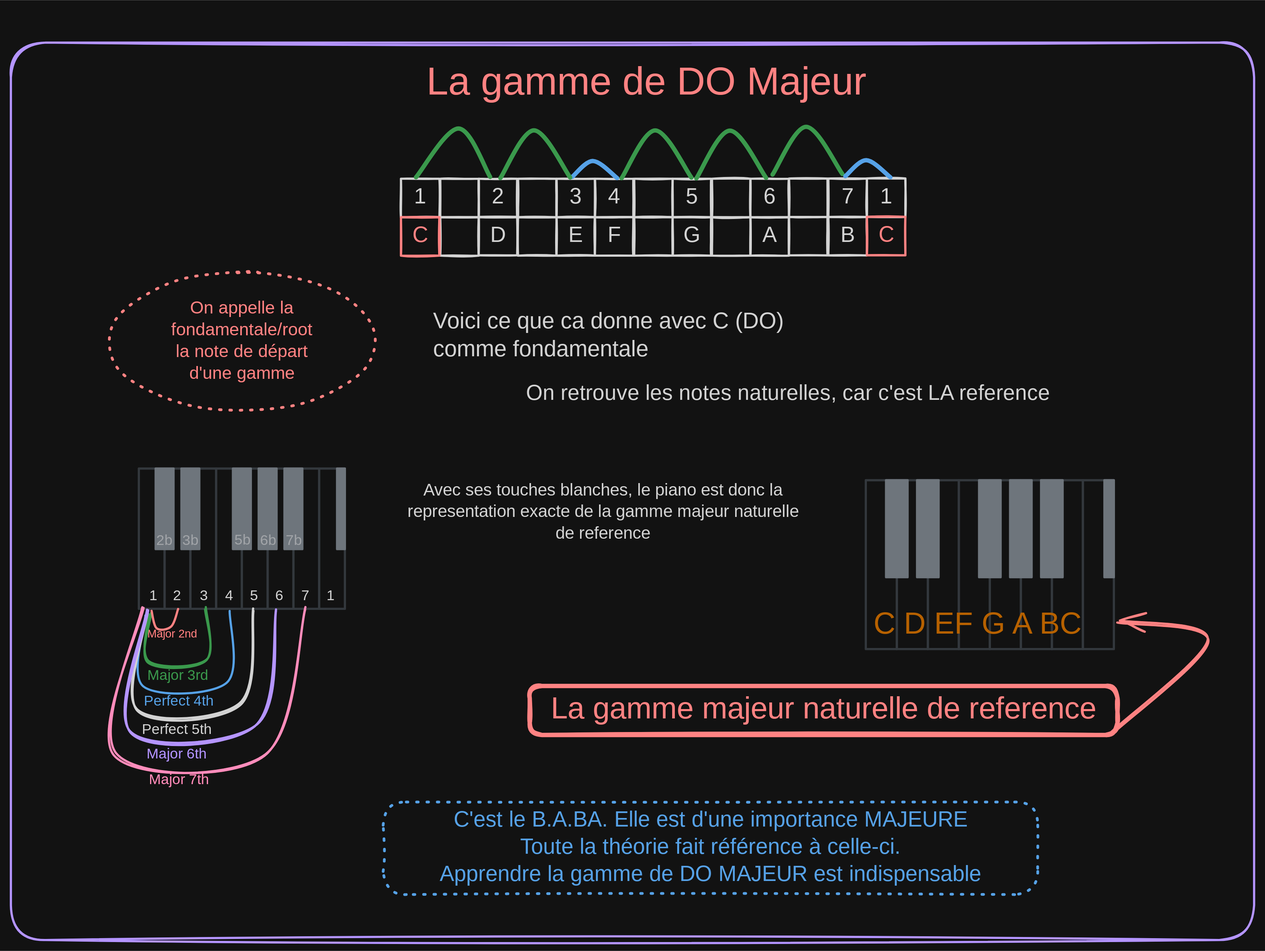
Sydekends/Guitarisation keeps this Excalidraw diagram as part1/major_scale/1.1.scales.excalidraw.svg. Above is the earlier version. Source tidied: one line per element, renumbered; positions are measured from the earlier drawing's top-left corner, leaving out a move shared by most shapes.
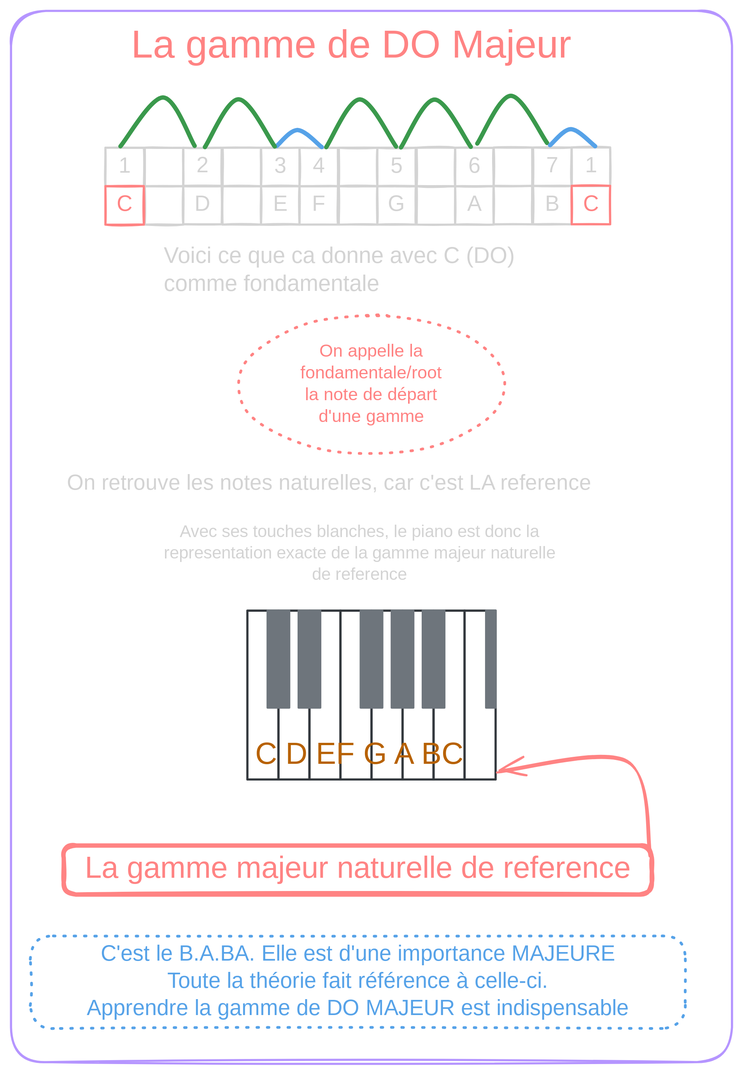
The same file after the commit.

The edit, as a diff of the source:
```diff
@@ -1,54 +1,15 @@
-{"id": 0, "type": "rectangle", "strokeColor": "#6741d9", "strokeWidth": 2, "roughness": 1, "round": true, "x": 0, "y": 29, "width": 1142, "height": 824}
+{"id": 0, "type": "rectangle", "strokeColor": "#6741d9", "strokeWidth": 2, "roughness": 1, "round": true, "x": 272, "y": 28, "width": 662, "height": 965}
-{"id": 1, "type": "text", "text": "Voici ce que ca donne avec C (DO)\ncomme fondamentale", "strokeColor": "#1e1e1e", "backgroundColor": "#1e1e1e", "fillStyle": "solid", "strokeWidth": 1, "roughness": 0, "fontSize": 20.59, "fontFamily": 5, "x": 388, "y": 273, "width": 356, "height": 51}
+{"id": 1, "type": "text", "text": "Voici ce que ca donne avec C (DO)\ncomme fondamentale", "strokeColor": "#1e1e1e", "backgroundColor": "#1e1e1e", "fillStyle": "solid", "strokeWidth": 1, "roughness": 0, "fontSize": 20.59, "fontFamily": 5, "x": 412, "y": 242, "width": 356, "height": 51}
-{"id": 2, "type": "text", "text": "On retrouve les notes naturelles, car c'est LA reference", "strokeColor": "#1e1e1e", "backgroundColor": "#1e1e1e", "fillStyle": "solid", "strokeWidth": 1, "roughness": 0, "fontSize": 19.81, "fontFamily": 5, "x": 473, "y": 340, "width": 537, "height": 25}
+{"id": 2, "type": "text", "text": "On retrouve les notes naturelles, car c'est LA reference", "strokeColor": "#1e1e1e", "backgroundColor": "#1e1e1e", "fillStyle": "solid", "strokeWidth": 1, "roughness": 0, "fontSize": 19.81, "fontFamily": 5, "x": 323, "y": 450, "width": 537, "height": 25}
-{"id": 3, "type": "rectangle", "strokeColor": "#ced4da", "strokeWidth": 2, "roughness": 0, "x": 118, "y": 420, "width": 24, "height": 129}
-{"id": 4, "type": "rectangle", "strokeColor": "#ced4da", "strokeWidth": 2, "roughness": 0, "x": 141, "y": 420, "width": 24, "height": 129}
-{"id": 5, "type": "rectangle", "strokeColor": "#ced4da", "strokeWidth": 2, "roughness": 0, "x": 165, "y": 420, "width": 24, "height": 129}
-{"id": 6, "type": "rectangle", "strokeColor": "#ced4da", "strokeWidth": 2, "roughness": 0, "x": 189, "y": 420, "width": 24, "height": 129}
-{"id": 7, "type": "rectangle", "strokeColor": "#ced4da", "strokeWidth": 2, "roughness": 0, "x": 212, "y": 420, "width": 24, "height": 129}
-{"id": 8, "type": "rectangle", "strokeColor": "#ced4da", "strokeWidth": 2, "roughness": 0, "x": 236, "y": 420, "width": 24, "height": 129}
-{"id": 9, "type": "rectangle", "strokeColor": "#ced4da", "strokeWidth": 2, "roughness": 0, "x": 260, "y": 420, "width": 24, "height": 129}
-{"id": 10, "type": "rectangle", "strokeColor": "#ced4da", "strokeWidth": 2, "roughness": 0, "x": 283, "y": 420, "width": 24, "height": 129}
-{"id": 11, "type": "rectangle", "strokeColor": "#868e96", "backgroundColor": "#868e96", "fillStyle": "solid", "strokeWidth": 2, "roughness": 0, "x": 133, "y": 420, "width": 16, "height": 74}
-{"id": 12, "type": "rectangle", "strokeColor": "#868e96", "backgroundColor": "#868e96", "fillStyle": "solid", "strokeWidth": 2, "roughness": 0, "x": 300, "y": 420, "width": 7, "height": 74}
-{"id": 13, "type": "rectangle", "strokeColor": "#868e96", "backgroundColor": "#868e96", "fillStyle": "solid", "strokeWidth": 2, "roughness": 0, "x": 157, "y": 420, "width": 16, "height": 74}
-{"id": 14, "type": "rectangle", "strokeColor": "#868e96", "backgroundColor": "#868e96", "fillStyle": "solid", "strokeWidth": 2, "roughness": 0, "x": 204, "y": 420, "width": 16, "height": 74}
-{"id": 15, "type": "rectangle", "strokeColor": "#868e96", "backgroundColor": "#868e96", "fillStyle": "solid", "strokeWidth": 2, "roughness": 0, "x": 228, "y": 420, "width": 16, "height": 74}
-{"id": 16, "type": "rectangle", "strokeColor": "#868e96", "backgroundColor": "#868e96", "fillStyle": "solid", "strokeWidth": 2, "roughness": 0, "x": 251, "y": 420, "width": 16, "height": 74}
-{"id": 17, "type": "text", "text": "2", "strokeColor": "#1e1e1e", "strokeWidth": 2, "roughness": 1, "fontSize": 13.29, "fontFamily": 5, "x": 149, "y": 529, "width": 9, "height": 17}
-{"id": 18, "type": "text", "text": "3", "strokeColor": "#1e1e1e", "strokeWidth": 2, "roughness": 1, "fontSize": 13.29, "fontFamily": 5, "x": 174, "y": 529, "width": 8, "height": 17}
-{"id": 19, "type": "text", "text": "4", "strokeColor": "#1e1e1e", "strokeWidth": 2, "roughness": 1, "fontSize": 13.29, "fontFamily": 5, "x": 197, "y": 529, "width": 8, "height": 17}
-{"id": 20, "type": "text", "text": "5", "strokeColor": "#1e1e1e", "strokeWidth": 2, "roughness": 1, "fontSize": 13.29, "fontFamily": 5, "x": 220, "y": 529, "width": 8, "height": 17}
-{"id": 21, "type": "text", "text": "6", "strokeColor": "#1e1e1e", "strokeWidth": 2, "roughness": 1, "fontSize": 13.29, "fontFamily": 5, "x": 243, "y": 529, "width": 9, "height": 17}
-{"id": 22, "type": "text", "text": "7", "strokeColor": "#1e1e1e", "strokeWidth": 2, "roughness": 1, "fontSize": 13.29, "fontFamily": 5, "x": 267, "y": 529, "width": 7, "height": 17}
-{"id": 23, "type": "text", "text": "1", "strokeColor": "#1e1e1e", "strokeWidth": 2, "roughness": 1, "fontSize": 13.29, "fontFamily": 5, "x": 127, "y": 529, "width": 6, "height": 17}
-{"id": 24, "type": "text", "text": "1", "strokeColor": "#1e1e1e", "strokeWidth": 2, "roughness": 1, "fontSize": 13.29, "fontFamily": 5, "x": 290, "y": 529, "width": 6, "height": 17}
-{"id": 25, "type": "text", "text": "2b", "strokeColor": "#1e1e1e", "strokeWidth": 2, "roughness": 1, "opacity": 50, "fontSize": 13.29, "fontFamily": 5, "x": 134, "y": 479, "width": 17, "height": 17}
-{"id": 26, "type": "text", "text": "3b", "strokeColor": "#1e1e1e", "strokeWidth": 2, "roughness": 1, "opacity": 50, "fontSize": 13.29, "fontFamily": 5, "x": 158, "y": 479, "width": 15, "height": 17}
-{"id": 27, "type": "text", "text": "5b", "strokeColor": "#1e1e1e", "strokeWidth": 2, "roughness": 1, "opacity": 50, "fontSize": 13.29, "fontFamily": 5, "x": 205, "y": 478, "width": 16, "height": 17}
-{"id": 28, "type": "text", "text": "6b", "strokeColor": "#1e1e1e", "strokeWidth": 2, "roughness": 1, "opacity": 50, "fontSize": 13.29, "fontFamily": 5, "x": 229, "y": 479, "width": 16, "height": 17}
-{"id": 29, "type": "text", "text": "7b", "strokeColor": "#1e1e1e", "strokeWidth": 2, "roughness": 1, "opacity": 50, "fontSize": 13.29, "fontFamily": 5, "x": 252, "y": 479, "width": 15, "height": 17}
-{"id": 30, "type": "text", "text": "Major 2nd", "strokeColor": "#e03131", "backgroundColor": "#ffec99", "fillStyle": "solid", "strokeWidth": 2, "roughness": 1, "fontSize": 10.28, "fontFamily": 5, "x": 125, "y": 566, "width": 50, "height": 13}
-{"id": 31, "type": "text", "text": "Major 3rd", "strokeColor": "#2f9e44", "backgroundColor": "#ffec99", "fillStyle": "solid", "strokeWidth": 2, "roughness": 1, "fontSize": 13.29, "fontFamily": 5, "x": 125, "y": 603, "width": 63, "height": 17}
-{"id": 32, "type": "text", "text": "Perfect 4th", "strokeColor": "#1971c2", "backgroundColor": "#ffec99", "fillStyle": "solid", "strokeWidth": 2, "roughness": 1, "fontSize": 13.29, "fontFamily": 5, "x": 122, "y": 626, "width": 78, "height": 17}
-{"id": 33, "type": "text", "text": "Perfect 5th", "strokeColor": "#1e1e1e", "backgroundColor": "#ffec99", "fillStyle": "solid", "strokeWidth": 2, "roughness": 1, "fontSize": 13.29, "fontFamily": 5, "x": 120, "y": 652, "width": 78, "height": 17}
-{"id": 34, "type": "text", "text": "Major 6th", "strokeColor": "#6741d9", "backgroundColor": "#ffec99", "fillStyle": "solid", "strokeWidth": 2, "roughness": 1, "fontSize": 13.29, "fontFamily": 5, "x": 125, "y": 675, "width": 64, "height": 17}
-{"id": 35, "type": "text", "text": "Major 7th", "strokeColor": "#c2255c", "backgroundColor": "#ffec99", "fillStyle": "solid", "strokeWidth": 2, "roughness": 1, "fontSize": 13.29, "fontFamily": 5, "x": 127, "y": 698, "width": 63, "height": 17}
-{"id": 36, "type": "line", "strokeColor": "#2f9e44", "strokeWidth": 2, "roughness": 1, "round": true, "x": 127, "y": 554, "width": 53, "height": 49, "points": [[0, 0], [0, 43], [52, 42], [51, -6]]}
-{"id": 37, "type": "line", "strokeColor": "#1971c2", "strokeWidth": 2, "roughness": 0, "round": true, "x": 124, "y": 555, "width": 79, "height": 69, "points": [[0, 0], [-2, 65], [75, 62], [77, -4]]}
-{"id": 38, "type": "line", "strokeColor": "#1e1e1e", "strokeWidth": 2, "roughness": 1, "round": true, "x": 126, "y": 551, "width": 108, "height": 92, "points": [[0, 0], [-10, 91], [84, 86], [98, -1]]}
-{"id": 39, "type": "line", "strokeColor": "#6741d9", "strokeWidth": 2, "roughness": 1, "round": true, "x": 125, "y": 550, "width": 134, "height": 113, "points": [[0, 0], [-16, 113], [100, 106], [119, 0]]}
-{"id": 40, "type": "line", "strokeColor": "#c2255c", "strokeWidth": 2, "roughness": 1, "round": true, "x": 121, "y": 547, "width": 175, "height": 135, "points": [[0, 0], [-26, 135], [113, 135], [149, 2]]}
-{"id": 41, "type": "line", "strokeColor": "#e03131", "strokeWidth": 2, "roughness": 0, "round": true, "x": 129, "y": 551, "width": 24, "height": 18, "points": [[0, 0], [5, 16], [18, 14], [24, -2]]}
-{"id": 42, "type": "text", "text": "Avec ses touches blanches, le piano est donc la\nrepresentation exacte de la gamme majeur naturelle\nde reference", "strokeColor": "#1e1e1e", "strokeWidth": 2, "roughness": 1, "fontSize": 15.85, "fontFamily": 5, "textAlign": "center", "x": 347, "y": 431, "width": 395, "height": 59}
+{"id": 42, "type": "text", "text": "Avec ses touches blanches, le piano est donc la\nrepresentation exacte de la gamme majeur naturelle\nde reference", "strokeColor": "#1e1e1e", "strokeWidth": 2, "roughness": 1, "fontSize": 15.85, "fontFamily": 5, "textAlign": "center", "x": 394, "y": 497, "width": 395, "height": 59}
-{"id": 43, "type": "text", "text": "\nLa gamme de DO Majeur", "strokeColor": "#e03131", "strokeWidth": 2, "roughness": 1, "fontSize": 36, "fontFamily": 5, "x": 382, "y": 0, "width": 416, "height": 90}
+{"id": 43, "type": "text", "text": "La gamme de DO Majeur", "strokeColor": "#e03131", "strokeWidth": 2, "roughness": 1, "fontSize": 36, "fontFamily": 5, "x": 382, "y": 39, "width": 416, "height": 45}
-{"id": 44, "type": "rectangle", "strokeColor": "#1971c2", "strokeWidth": 2, "strokeStyle": "dotted", "roughness": 1, "round": true, "x": 342, "y": 726, "width": 601, "height": 85}
+{"id": 44, "type": "rectangle", "strokeColor": "#1971c2", "strokeWidth": 2, "strokeStyle": "dotted", "roughness": 1, "round": true, "x": 289, "y": 878, "width": 601, "height": 85}
-{"id": 45, "type": "text", "text": "C'est le B.A.BA. Elle est d'une importance MAJEURE\nToute la théorie fait référence à celle-ci.\nApprendre la gamme de DO MAJEUR est indispensable", "strokeColor": "#1971c2", "strokeWidth": 2, "strokeStyle": "dotted", "roughness": 1, "fontSize": 20, "fontFamily": 5, "textAlign": "center", "verticalAlign": "middle", "inside": 44, "x": 382, "y": 731, "width": 521, "height": 75}
+{"id": 45, "type": "text", "text": "C'est le B.A.BA. Elle est d'une importance MAJEURE\nToute la théorie fait référence à celle-ci.\nApprendre la gamme de DO MAJEUR est indispensable", "strokeColor": "#1971c2", "strokeWidth": 2, "strokeStyle": "dotted", "roughness": 1, "fontSize": 20, "fontFamily": 5, "textAlign": "center", "verticalAlign": "middle", "inside": 44, "x": 330, "y": 883, "width": 521, "height": 75}
-{"id": 46, "type": "ellipse", "strokeColor": "#e03131", "strokeWidth": 2, "strokeStyle": "dotted", "roughness": 1, "round": true, "x": 90, "y": 240, "width": 245, "height": 127}
+{"id": 46, "type": "ellipse", "strokeColor": "#e03131", "strokeWidth": 2, "strokeStyle": "dotted", "roughness": 1, "round": true, "x": 480, "y": 308, "width": 245, "height": 127}
-{"id": 47, "type": "text", "text": "On appelle la\nfondamentale/root\nla note de départ\nd'une gamme", "strokeColor": "#e03131", "strokeWidth": 2, "strokeStyle": "dotted", "roughness": 1, "fontSize": 16, "fontFamily": 5, "textAlign": "center", "verticalAlign": "middle", "inside": 46, "x": 139, "y": 264, "width": 146, "height": 80}
+{"id": 47, "type": "text", "text": "On appelle la\nfondamentale/root\nla note de départ\nd'une gamme", "strokeColor": "#e03131", "strokeWidth": 2, "strokeStyle": "dotted", "roughness": 1, "fontSize": 16, "fontFamily": 5, "textAlign": "center", "verticalAlign": "middle", "inside": 46, "x": 529, "y": 332, "width": 146, "height": 80}
-{"id": 48, "type": "rectangle", "strokeColor": "#e03131", "strokeWidth": 4, "roughness": 1, "round": true, "x": 477, "y": 620, "width": 540, "height": 45}
+{"id": 48, "type": "rectangle", "strokeColor": "#e03131", "strokeWidth": 4, "roughness": 1, "round": true, "x": 320, "y": 795, "width": 540, "height": 45}
-{"id": 49, "type": "text", "text": "La gamme majeur naturelle de reference", "strokeColor": "#e03131", "strokeWidth": 4, "roughness": 1, "fontSize": 28, "fontFamily": 5, "textAlign": "center", "verticalAlign": "middle", "inside": 48, "x": 482, "y": 625, "width": 529, "height": 35}
+{"id": 49, "type": "text", "text": "La gamme majeur naturelle de reference", "strokeColor": "#e03131", "strokeWidth": 4, "roughness": 1, "fontSize": 28, "fontFamily": 5, "textAlign": "center", "verticalAlign": "middle", "inside": 48, "x": 325, "y": 800, "width": 529, "height": 35}
 {"id": 50, "type": "rectangle", "strokeColor": "#1e1e1e", "strokeWidth": 2, "roughness": 1, "x": 358, "y": 154, "width": 35, "height": 35}
 {"id": 51, "type": "text", "text": "1", "strokeColor": "#1e1e1e", "strokeWidth": 2, "roughness": 1, "fontSize": 20, "fontFamily": 5, "textAlign": "center", "verticalAlign": "middle", "inside": 50, "x": 372, "y": 159, "width": 9, "height": 25}
-{"id": 52, "type": "rectangle", "strokeColor": "#1e1e1e", "strokeWidth": 2, "roughness": 1, "x": 395, "y": 154, "width": 35, "height": 35}
+{"id": 52, "type": "rectangle", "strokeColor": "#1e1e1e", "strokeWidth": 2, "roughness": 1, "x": 394, "y": 154, "width": 35, "height": 35}
 {"id": 53, "type": "rectangle", "strokeColor": "#1e1e1e", "strokeWidth": 2, "roughness": 1, "x": 430, "y": 154, "width": 35, "height": 35}
@@ -77,3 +38,3 @@
 {"id": 76, "type": "line", "strokeColor": "#2f9e44", "strokeWidth": 4, "roughness": 0, "round": true, "x": 700, "y": 150, "width": 64, "height": 44, "points": [[0, 0], [31, -44], [64, -1]]}
-{"id": 77, "type": "rectangle", "strokeColor": "#1e1e1e", "strokeWidth": 2, "roughness": 1, "x": 395, "y": 189, "width": 35, "height": 35}
+{"id": 77, "type": "rectangle", "strokeColor": "#1e1e1e", "strokeWidth": 2, "roughness": 1, "x": 394, "y": 189, "width": 35, "height": 35}
 {"id": 78, "type": "rectangle", "strokeColor": "#e03131", "strokeWidth": 2, "roughness": 1, "x": 358, "y": 189, "width": 35, "height": 35}
@@ -99,17 +60,17 @@
 {"id": 98, "type": "line", "strokeColor": "#1971c2", "strokeWidth": 4, "roughness": 0, "round": true, "x": 767, "y": 152, "width": 41, "height": 16, "points": [[0, 0], [19, -15], [41, 1]]}
-{"id": 99, "type": "rectangle", "strokeColor": "#ced4da", "strokeWidth": 2, "roughness": 0, "x": 785, "y": 431, "width": 28, "height": 155}
+{"id": 99, "type": "rectangle", "strokeColor": "#ced4da", "strokeWidth": 2, "roughness": 0, "x": 489, "y": 579, "width": 28, "height": 155}
-{"id": 100, "type": "rectangle", "strokeColor": "#ced4da", "strokeWidth": 2, "roughness": 0, "x": 814, "y": 431, "width": 28, "height": 155}
+{"id": 100, "type": "rectangle", "strokeColor": "#ced4da", "strokeWidth": 2, "roughness": 0, "x": 517, "y": 579, "width": 28, "height": 155}
-{"id": 101, "type": "rectangle", "strokeColor": "#ced4da", "strokeWidth": 2, "roughness": 0, "x": 842, "y": 431, "width": 28, "height": 155}
+{"id": 101, "type": "rectangle", "strokeColor": "#ced4da", "strokeWidth": 2, "roughness": 0, "x": 546, "y": 579, "width": 28, "height": 155}
-{"id": 102, "type": "rectangle", "strokeColor": "#ced4da", "strokeWidth": 2, "roughness": 0, "x": 871, "y": 431, "width": 28, "height": 155}
+{"id": 102, "type": "rectangle", "strokeColor": "#ced4da", "strokeWidth": 2, "roughness": 0, "x": 574, "y": 579, "width": 28, "height": 155}
-{"id": 103, "type": "rectangle", "strokeColor": "#ced4da", "strokeWidth": 2, "roughness": 0, "x": 899, "y": 431, "width": 28, "height": 155}
+{"id": 103, "type": "rectangle", "strokeColor": "#ced4da", "strokeWidth": 2, "roughness": 0, "x": 603, "y": 579, "width": 28, "height": 155}
-{"id": 104, "type": "rectangle", "strokeColor": "#ced4da", "strokeWidth": 2, "roughness": 0, "x": 928, "y": 431, "width": 28, "height": 155}
+{"id": 104, "type": "rectangle", "strokeColor": "#ced4da", "strokeWidth": 2, "roughness": 0, "x": 631, "y": 579, "width": 28, "height": 155}
-{"id": 105, "type": "rectangle", "strokeColor": "#ced4da", "strokeWidth": 2, "roughness": 0, "x": 956, "y": 431, "width": 28, "height": 155}
+{"id": 105, "type": "rectangle", "strokeColor": "#ced4da", "strokeWidth": 2, "roughness": 0, "x": 660, "y": 579, "width": 28, "height": 155}
-{"id": 106, "type": "rectangle", "strokeColor": "#ced4da", "strokeWidth": 2, "roughness": 0, "x": 985, "y": 431, "width": 28, "height": 155}
+{"id": 106, "type": "rectangle", "strokeColor": "#ced4da", "strokeWidth": 2, "roughness": 0, "x": 688, "y": 579, "width": 28, "height": 155}
-{"id": 107, "type": "rectangle", "strokeColor": "#868e96", "backgroundColor": "#868e96", "fillStyle": "solid", "strokeWidth": 2, "roughness": 0, "x": 804, "y": 431, "width": 20, "height": 89}
+{"id": 107, "type": "rectangle", "strokeColor": "#868e96", "backgroundColor": "#868e96", "fillStyle": "solid", "strokeWidth": 2, "roughness": 0, "x": 507, "y": 579, "width": 20, "height": 89}
-{"id": 108, "type": "rectangle", "strokeColor": "#868e96", "backgroundColor": "#868e96", "fillStyle": "solid", "strokeWidth": 2, "roughness": 0, "x": 1005, "y": 431, "width": 9, "height": 89}
+{"id": 108, "type": "rectangle", "strokeColor": "#868e96", "backgroundColor": "#868e96", "fillStyle": "solid", "strokeWidth": 2, "roughness": 0, "x": 708, "y": 579, "width": 9, "height": 89}
-{"id": 109, "type": "rectangle", "strokeColor": "#868e96", "backgroundColor": "#868e96", "fillStyle": "solid", "strokeWidth": 2, "roughness": 0, "x": 833, "y": 431, "width": 20, "height": 89}
+{"id": 109, "type": "rectangle", "strokeColor": "#868e96", "backgroundColor": "#868e96", "fillStyle": "solid", "strokeWidth": 2, "roughness": 0, "x": 536, "y": 579, "width": 20, "height": 89}
-{"id": 110, "type": "rectangle", "strokeColor": "#868e96", "backgroundColor": "#868e96", "fillStyle": "solid", "strokeWidth": 2, "roughness": 0, "x": 889, "y": 431, "width": 20, "height": 89}
+{"id": 110, "type": "rectangle", "strokeColor": "#868e96", "backgroundColor": "#868e96", "fillStyle": "solid", "strokeWidth": 2, "roughness": 0, "x": 593, "y": 579, "width": 20, "height": 89}
-{"id": 111, "type": "rectangle", "strokeColor": "#868e96", "backgroundColor": "#868e96", "fillStyle": "solid", "strokeWidth": 2, "roughness": 0, "x": 918, "y": 431, "width": 20, "height": 89}
+{"id": 111, "type": "rectangle", "strokeColor": "#868e96", "backgroundColor": "#868e96", "fillStyle": "solid", "strokeWidth": 2, "roughness": 0, "x": 621, "y": 579, "width": 20, "height": 89}
-{"id": 112, "type": "rectangle", "strokeColor": "#868e96", "backgroundColor": "#868e96", "fillStyle": "solid", "strokeWidth": 2, "roughness": 0, "x": 946, "y": 431, "width": 20, "height": 89}
+{"id": 112, "type": "rectangle", "strokeColor": "#868e96", "backgroundColor": "#868e96", "fillStyle": "solid", "strokeWidth": 2, "roughness": 0, "x": 650, "y": 579, "width": 20, "height": 89}
-{"id": 113, "type": "text", "text": "C D EF G A BC", "strokeColor": "#f08c00", "strokeWidth": 2, "roughness": 1, "fontSize": 28, "fontFamily": 5, "x": 793, "y": 547, "width": 213, "height": 35}
+{"id": 113, "type": "text", "text": "C D EF G A BC", "strokeColor": "#f08c00", "strokeWidth": 2, "roughness": 1, "fontSize": 28, "fontFamily": 5, "x": 496, "y": 695, "width": 213, "height": 35}
-{"id": 114, "type": "arrow", "strokeColor": "#e03131", "strokeWidth": 2, "roughness": 1, "endArrowhead": "arrow", "round": true, "from": 48, "to": 113, "x": 1012, "y": 664, "width": 88, "height": 104, "points": [[0, 0], [88, -87], [5, -104]]}
+{"id": 114, "type": "arrow", "strokeColor": "#e03131", "strokeWidth": 2, "roughness": 1, "endArrowhead": "arrow", "round": true, "from": 48, "x": 860, "y": 806, "width": 141, "height": 88, "points": [[0, 0], [-23, -88], [-141, -79]]}
```
